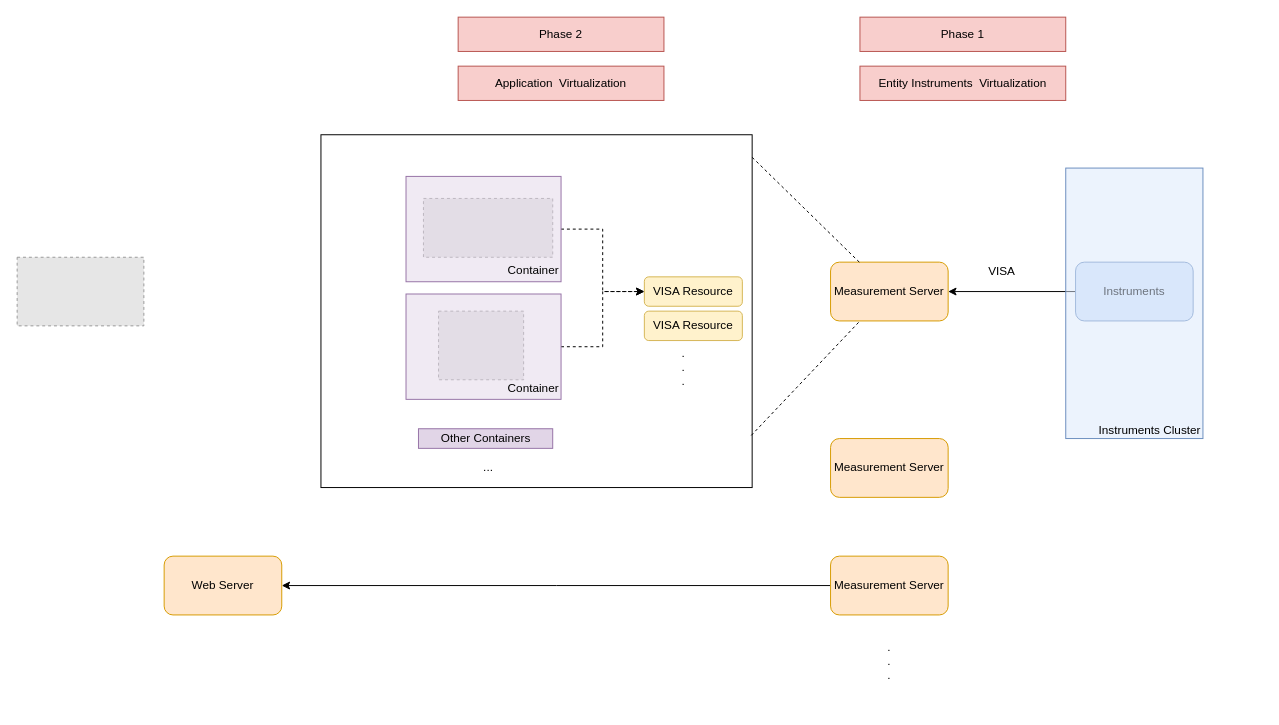
This is page "Page-1" (1 of 2) of 20201217.drawio from vanguoo/Distributed-Measurement-System, a draw.io file, before an edit. Source tidied: cells renumbered, new cells numbered last; positions are measured from the earlier drawing's top-left corner, leaving out a move shared by most shapes. Both pictures are drawn from the tidied source at 98%, with x=0, y=0 at pixel (17, 17). Pictures stored in the file or linked from it are replaced by grey dashed boxes.
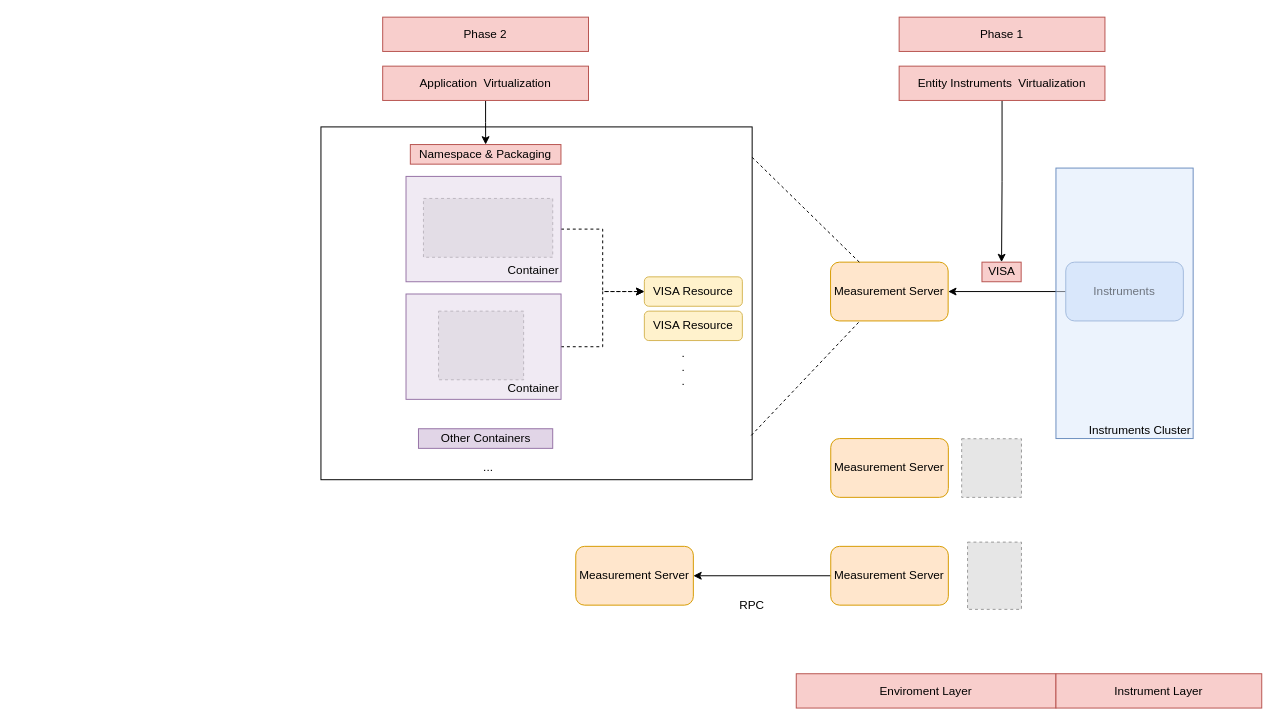
Above is the later version.

Diff of the diagram source:
```diff
@@
     <mxCell id="3" value="Instruments" style="rounded=1;whiteSpace=wrap;html=1;fillColor=#dae8fc;strokeColor=#6c8ebf;" parent="1" vertex="1">
-      <mxGeometry x="1080" y="250" width="120" height="60" as="geometry" />
+      <mxGeometry x="1070" y="250" width="120" height="60" as="geometry" />
     </mxCell>
@@
-    <mxCell id="5" value="VISA" style="text;html=1;strokeColor=none;fillColor=none;align=center;verticalAlign=middle;whiteSpace=wrap;rounded=0;" parent="1" vertex="1">
+    <mxCell id="5" value="VISA" style="text;html=1;strokeColor=#b85450;fillColor=#f8cecc;align=center;verticalAlign=middle;whiteSpace=wrap;rounded=0;" parent="1" vertex="1">
       <mxGeometry x="984.5" y="250" width="40" height="20" as="geometry" />
     </mxCell>
@@
-    <mxCell id="10" style="fillColor=#E6E6E6;strokeColor=#999999;dashed=1;verticalLabelPosition=bottom;labelBackgroundColor=#ffffff;verticalAlign=top;" parent="1" vertex="1">
-      <mxGeometry y="245" width="129.3" height="70" as="geometry" />
-    </mxCell>
@@
     <mxCell id="16" value="Measurement Server" style="rounded=1;whiteSpace=wrap;html=1;fillColor=#ffe6cc;strokeColor=#d79b00;" parent="1" vertex="1">
-      <mxGeometry x="830" y="430" width="120" height="60" as="geometry" />
+      <mxGeometry x="830.2" y="430" width="120" height="60" as="geometry" />
     </mxCell>
     <mxCell id="17" value="&lt;br&gt;&lt;br&gt;&lt;br&gt;&lt;br&gt;&lt;br&gt;&lt;br&gt;&lt;br&gt;&lt;br&gt;&lt;br&gt;&lt;br&gt;&lt;br&gt;&lt;br&gt;&lt;br&gt;&lt;br&gt;&lt;br&gt;&lt;br&gt;&lt;br&gt;&lt;br&gt;Instruments Cluster" style="rounded=0;whiteSpace=wrap;html=1;fillOpacity=50;fillColor=#dae8fc;strokeColor=#6c8ebf;align=right;" parent="1" vertex="1">
-      <mxGeometry x="1070" y="154" width="140" height="276" as="geometry" />
+      <mxGeometry x="1060" y="154" width="140" height="276" as="geometry" />
     </mxCell>
     <mxCell id="18" style="rounded=0;whiteSpace=wrap;html=1;fillColor=none;align=left;" parent="1" vertex="1">
-      <mxGeometry x="310" y="120" width="440" height="360" as="geometry" />
+      <mxGeometry x="310" y="112" width="440" height="360" as="geometry" />
     </mxCell>
@@
+    <mxCell id="31" style="edgeStyle=orthogonalEdgeStyle;rounded=0;jettySize=auto;html=1;" parent="1" edge="1" source="20" target="5">
+      <mxGeometry relative="1" as="geometry" />
+    </mxCell>
     <mxCell id="20" value="Entity Instruments&amp;nbsp; Virtualization" style="text;html=1;strokeColor=#b85450;fillColor=#f8cecc;align=center;verticalAlign=middle;whiteSpace=wrap;rounded=0;" parent="1" vertex="1">
-      <mxGeometry x="860" y="50" width="210" height="35" as="geometry" />
+      <mxGeometry x="900" y="50" width="210" height="35" as="geometry" />
     </mxCell>
     <mxCell id="21" value="Phase 1" style="text;html=1;strokeColor=#b85450;fillColor=#f8cecc;align=center;verticalAlign=middle;whiteSpace=wrap;rounded=0;" parent="1" vertex="1">
-      <mxGeometry x="860" width="210" height="35" as="geometry" />
+      <mxGeometry x="900" width="210" height="35" as="geometry" />
     </mxCell>
+    <mxCell id="32" style="edgeStyle=orthogonalEdgeStyle;rounded=0;jettySize=auto;html=1;entryX=0.5;entryY=0;entryDx=0;entryDy=0;" parent="1" edge="1" source="22" target="34">
+      <mxGeometry relative="1" as="geometry" />
+    </mxCell>
     <mxCell id="22" value="Application&amp;nbsp; Virtualization" style="text;html=1;strokeColor=#b85450;fillColor=#f8cecc;align=center;verticalAlign=middle;whiteSpace=wrap;rounded=0;" parent="1" vertex="1">
-      <mxGeometry x="450" y="50" width="210" height="35" as="geometry" />
+      <mxGeometry x="373" y="50" width="210" height="35" as="geometry" />
     </mxCell>
     <mxCell id="23" value="Phase 2" style="text;html=1;strokeColor=#b85450;fillColor=#f8cecc;align=center;verticalAlign=middle;whiteSpace=wrap;rounded=0;" parent="1" vertex="1">
-      <mxGeometry x="450" width="210" height="35" as="geometry" />
+      <mxGeometry x="373" width="210" height="35" as="geometry" />
     </mxCell>
-    <mxCell id="24" style="edgeStyle=orthogonalEdgeStyle;rounded=0;jettySize=auto;html=1;" parent="1" edge="1" source="25">
-      <mxGeometry relative="1" as="geometry">
-        <mxPoint x="270" y="580" as="targetPoint" />
-      </mxGeometry>
-    </mxCell>
+    <mxCell id="33" style="edgeStyle=orthogonalEdgeStyle;rounded=0;jettySize=auto;html=1;" parent="1" edge="1" source="25" target="39">
+      <mxGeometry relative="1" as="geometry" />
+    </mxCell>
     <mxCell id="25" value="Measurement Server" style="rounded=1;whiteSpace=wrap;html=1;fillColor=#ffe6cc;strokeColor=#d79b00;" parent="1" vertex="1">
-      <mxGeometry x="830" y="550" width="120" height="60" as="geometry" />
+      <mxGeometry x="830.2" y="540" width="120" height="60" as="geometry" />
     </mxCell>
-    <mxCell id="26" value="&lt;br&gt;.&lt;br&gt;.&lt;br&gt;." style="text;html=1;strokeColor=none;fillColor=none;align=center;verticalAlign=middle;whiteSpace=wrap;rounded=0;" parent="1" vertex="1">
-      <mxGeometry x="870" y="640" width="40" height="20" as="geometry" />
-    </mxCell>
-    <mxCell id="27" value="Web Server" style="rounded=1;whiteSpace=wrap;html=1;fillColor=#ffe6cc;strokeColor=#d79b00;" parent="1" vertex="1">
-      <mxGeometry x="150" y="550" width="120" height="60" as="geometry" />
-    </mxCell>
@@
+    <mxCell id="34" value="Namespace &amp;amp; Packaging" style="text;html=1;strokeColor=#b85450;fillColor=#f8cecc;align=center;verticalAlign=middle;whiteSpace=wrap;rounded=0;" parent="1" vertex="1">
+      <mxGeometry x="401.2" y="130" width="153.7" height="20" as="geometry" />
+    </mxCell>
+    <mxCell id="35" style="fillColor=#E6E6E6;strokeColor=#999999;dashed=1;verticalLabelPosition=bottom;labelBackgroundColor=#ffffff;verticalAlign=top;" parent="1" vertex="1">
+      <mxGeometry x="963.8" y="430.2" width="61" height="59.8" as="geometry" />
+    </mxCell>
+    <mxCell id="36" style="fillColor=#E6E6E6;strokeColor=#999999;dashed=1;verticalLabelPosition=bottom;labelBackgroundColor=#ffffff;verticalAlign=top;" parent="1" vertex="1">
+      <mxGeometry x="969.8" y="535.7" width="55" height="68.6" as="geometry" />
+    </mxCell>
+    <mxCell id="37" value="Enviroment Layer" style="text;html=1;strokeColor=#b85450;fillColor=#f8cecc;align=center;verticalAlign=middle;whiteSpace=wrap;rounded=0;" parent="1" vertex="1">
+      <mxGeometry x="795" y="670" width="265" height="35" as="geometry" />
+    </mxCell>
+    <mxCell id="38" value="Instrument Layer" style="text;html=1;strokeColor=#b85450;fillColor=#f8cecc;align=center;verticalAlign=middle;whiteSpace=wrap;rounded=0;" parent="1" vertex="1">
+      <mxGeometry x="1060" y="670" width="210" height="35" as="geometry" />
+    </mxCell>
+    <mxCell id="39" value="Measurement Server" style="rounded=1;whiteSpace=wrap;html=1;fillColor=#ffe6cc;strokeColor=#d79b00;" parent="1" vertex="1">
+      <mxGeometry x="570" y="540" width="120" height="60" as="geometry" />
+    </mxCell>
+    <mxCell id="40" value="RPC" style="text;html=1;strokeColor=none;fillColor=none;align=center;verticalAlign=middle;whiteSpace=wrap;rounded=0;" parent="1" vertex="1">
+      <mxGeometry x="730" y="590" width="40" height="20" as="geometry" />
+    </mxCell>
```
